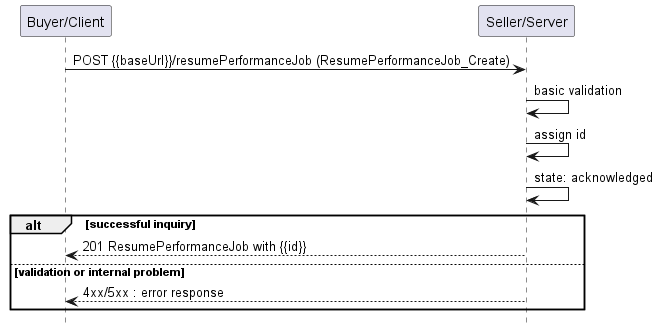
This is documentation/serviceApi/pm/performance/media/useCase18.png from MEF-GIT/MEF-LSO-Legato-SDK, a PlantUML export, as it was before one commit. Source of this version:
```plantuml
@startuml useCase18


hide footbox

participant "Buyer/Client" as B
participant "Seller/Server" as S

B -> S : POST {{baseUrl}}/resumePerformanceJob (ResumePerformanceJob_Create)

S -> S : basic validation
S -> S : assign id
S -> S : state: acknowledged
alt successful inquiry
    B <-- S : 201 ResumePerformanceJob with {{id}}
else validation or internal problem
    B <-- S: 4xx/5xx : error response
end

@enduml
```
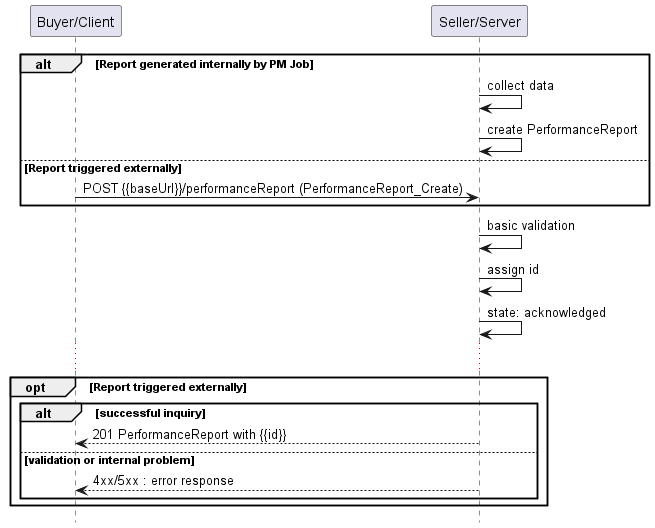
Above is the later version.

The edit, as a diff of the source:
```diff
@@ -6,15 +6,22 @@
 participant "Buyer/Client" as B
 participant "Seller/Server" as S
 
-B -> S : POST {{baseUrl}}/resumePerformanceJob (ResumePerformanceJob_Create)
-
+alt Report generated internally by PM Job
+  S -> S : collect data
+  S -> S : create PerformanceReport
+else Report triggered externally
+  B -> S : POST {{baseUrl}}/performanceReport (PerformanceReport_Create)
+end
 S -> S : basic validation
 S -> S : assign id
 S -> S : state: acknowledged
-alt successful inquiry
-    B <-- S : 201 ResumePerformanceJob with {{id}}
-else validation or internal problem
+...
+opt Report triggered externally
+  alt successful inquiry
+    B <-- S : 201 PerformanceReport with {{id}}
+  else validation or internal problem
     B <-- S: 4xx/5xx : error response
+  end
 end
 
 @enduml
```
